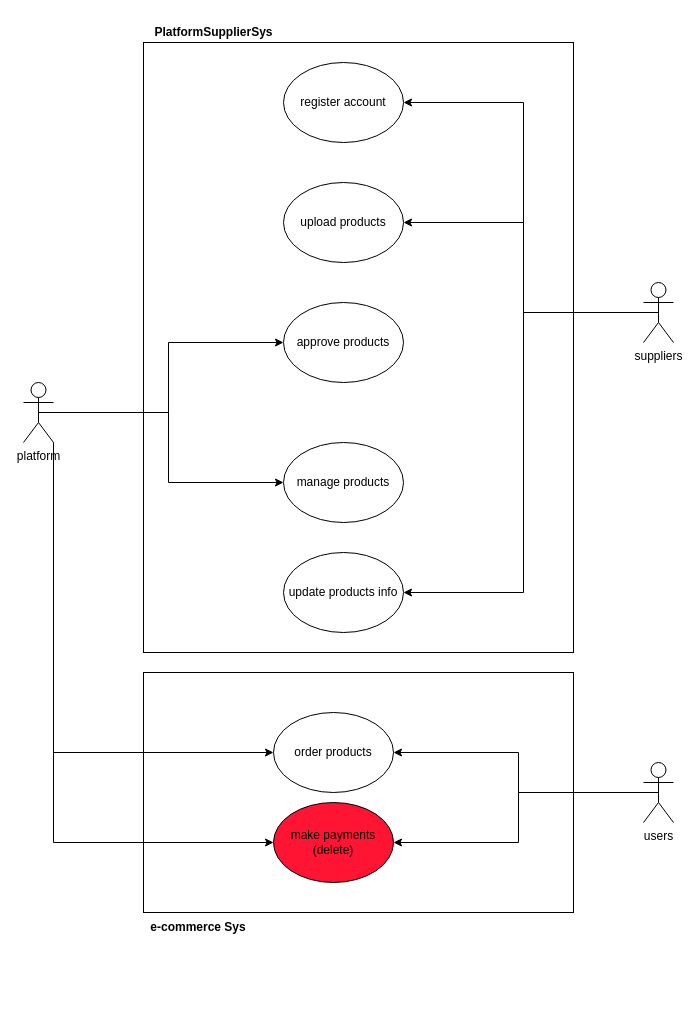
Earlier version of the draw.io diagram page "Use Case" (1 of 7) of 1 System Analysis Diagram/Use Case_PlatformSuppliers_Cart-Service.drawio (CHAITANYA510/QuickMall-eCommerce). Source tidied: cells renumbered, new cells numbered last; positions are measured from the earlier drawing's top-left corner, leaving out a move shared by most shapes. Both pictures are drawn from the tidied source at 100%, with x=0, y=0 at pixel (23, 17).
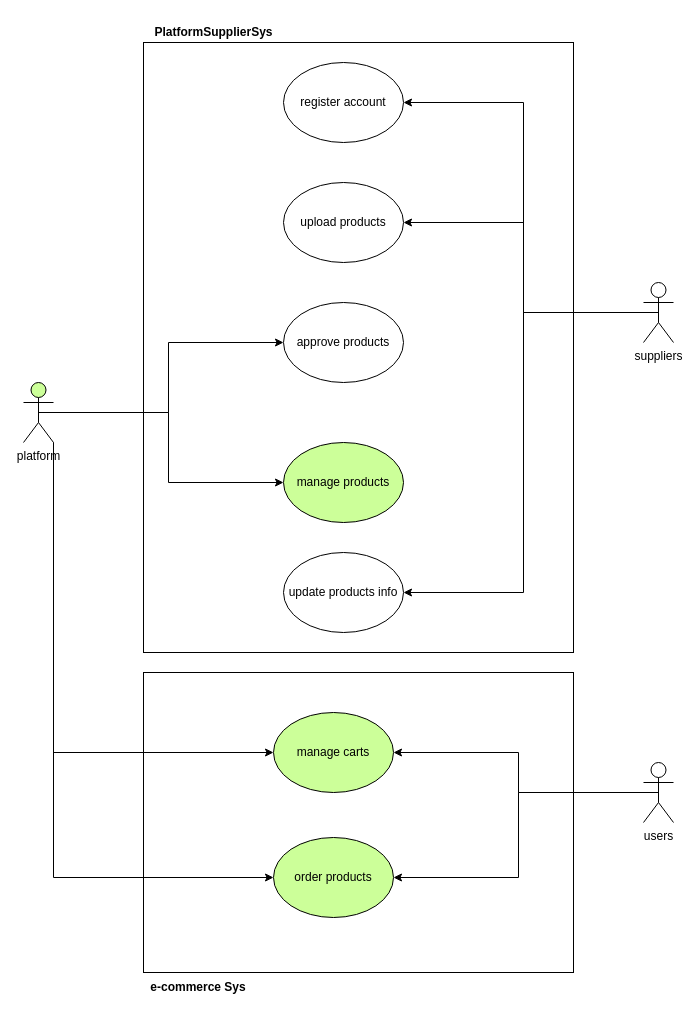
After the change.

The change refers to these unchanged cells:
```xml
<mxCell id="19" value="users" style="shape=umlActor;verticalLabelPosition=bottom;verticalAlign=top;html=1;" parent="1" vertex="1">
  <mxGeometry x="620" y="745" width="30" height="60" as="geometry" />
</mxCell>
```

Change to the diagram source:
```diff
@@
     <mxCell id="2" style="rounded=0;whiteSpace=wrap;html=1;" parent="1" vertex="1">
-      <mxGeometry x="120" y="655" width="430" height="240" as="geometry" />
+      <mxGeometry x="120" y="655" width="430" height="300" as="geometry" />
     </mxCell>
@@
-    <mxCell id="6" style="edgeStyle=orthogonalEdgeStyle;rounded=0;jettySize=auto;html=1;exitX=1;exitY=1;exitDx=0;exitDy=0;exitPerimeter=0;entryX=0;entryY=0.5;entryDx=0;entryDy=0;" parent="1" edge="1" source="8" target="21">
-      <mxGeometry relative="1" as="geometry" />
-    </mxCell>
@@
+    <mxCell id="25" style="edgeStyle=orthogonalEdgeStyle;rounded=0;jettySize=auto;html=1;exitX=1;exitY=1;exitDx=0;exitDy=0;exitPerimeter=0;entryX=0;entryY=0.5;entryDx=0;entryDy=0;" parent="1" edge="1" source="8" target="27">
+      <mxGeometry relative="1" as="geometry" />
+    </mxCell>
-    <mxCell id="8" value="platform" style="shape=umlActor;verticalLabelPosition=bottom;verticalAlign=top;html=1;" parent="1" vertex="1">
+    <mxCell id="8" value="platform" style="shape=umlActor;verticalLabelPosition=bottom;verticalAlign=top;html=1;fillColor=#CCFF99;" parent="1" vertex="1">
       <mxGeometry y="365" width="30" height="60" as="geometry" />
     </mxCell>
@@
-    <mxCell id="15" value="manage products" style="ellipse;whiteSpace=wrap;html=1;" parent="1" vertex="1">
+    <mxCell id="15" value="manage products" style="ellipse;whiteSpace=wrap;html=1;fillColor=#CCFF99;" parent="1" vertex="1">
       <mxGeometry x="260" y="425" width="120" height="80" as="geometry" />
     </mxCell>
@@
-    <mxCell id="18" style="edgeStyle=orthogonalEdgeStyle;rounded=0;jettySize=auto;html=1;exitX=0.5;exitY=0.5;exitDx=0;exitDy=0;exitPerimeter=0;entryX=1;entryY=0.5;entryDx=0;entryDy=0;" parent="1" edge="1" source="19" target="21">
-      <mxGeometry relative="1" as="geometry" />
-    </mxCell>
+    <mxCell id="26" style="edgeStyle=orthogonalEdgeStyle;rounded=0;jettySize=auto;html=1;exitX=0.5;exitY=0.5;exitDx=0;exitDy=0;exitPerimeter=0;entryX=1;entryY=0.5;entryDx=0;entryDy=0;" parent="1" edge="1" source="19" target="27">
+      <mxGeometry relative="1" as="geometry" />
+    </mxCell>
@@
-    <mxCell id="20" value="order products" style="ellipse;whiteSpace=wrap;html=1;" parent="1" vertex="1">
+    <mxCell id="20" value="manage carts" style="ellipse;whiteSpace=wrap;html=1;fillColor=#CCFF99;" parent="1" vertex="1">
       <mxGeometry x="250" y="695" width="120" height="80" as="geometry" />
     </mxCell>
-    <mxCell id="21" value="make payments (delete)" style="ellipse;whiteSpace=wrap;html=1;fillColor=#FF1434;" parent="1" vertex="1">
-      <mxGeometry x="250" y="785" width="120" height="80" as="geometry" />
-    </mxCell>
@@
     <mxCell id="24" value="e-commerce Sys" style="text;html=1;strokeColor=none;fillColor=none;align=center;verticalAlign=middle;whiteSpace=wrap;rounded=0;fontStyle=1;" parent="1" vertex="1">
-      <mxGeometry x="120" y="895" width="110" height="30" as="geometry" />
+      <mxGeometry x="120" y="955" width="110" height="30" as="geometry" />
     </mxCell>
+    <mxCell id="27" value="order products" style="ellipse;whiteSpace=wrap;html=1;fillColor=#CCFF99;" parent="1" vertex="1">
+      <mxGeometry x="250" y="820" width="120" height="80" as="geometry" />
+    </mxCell>
```
